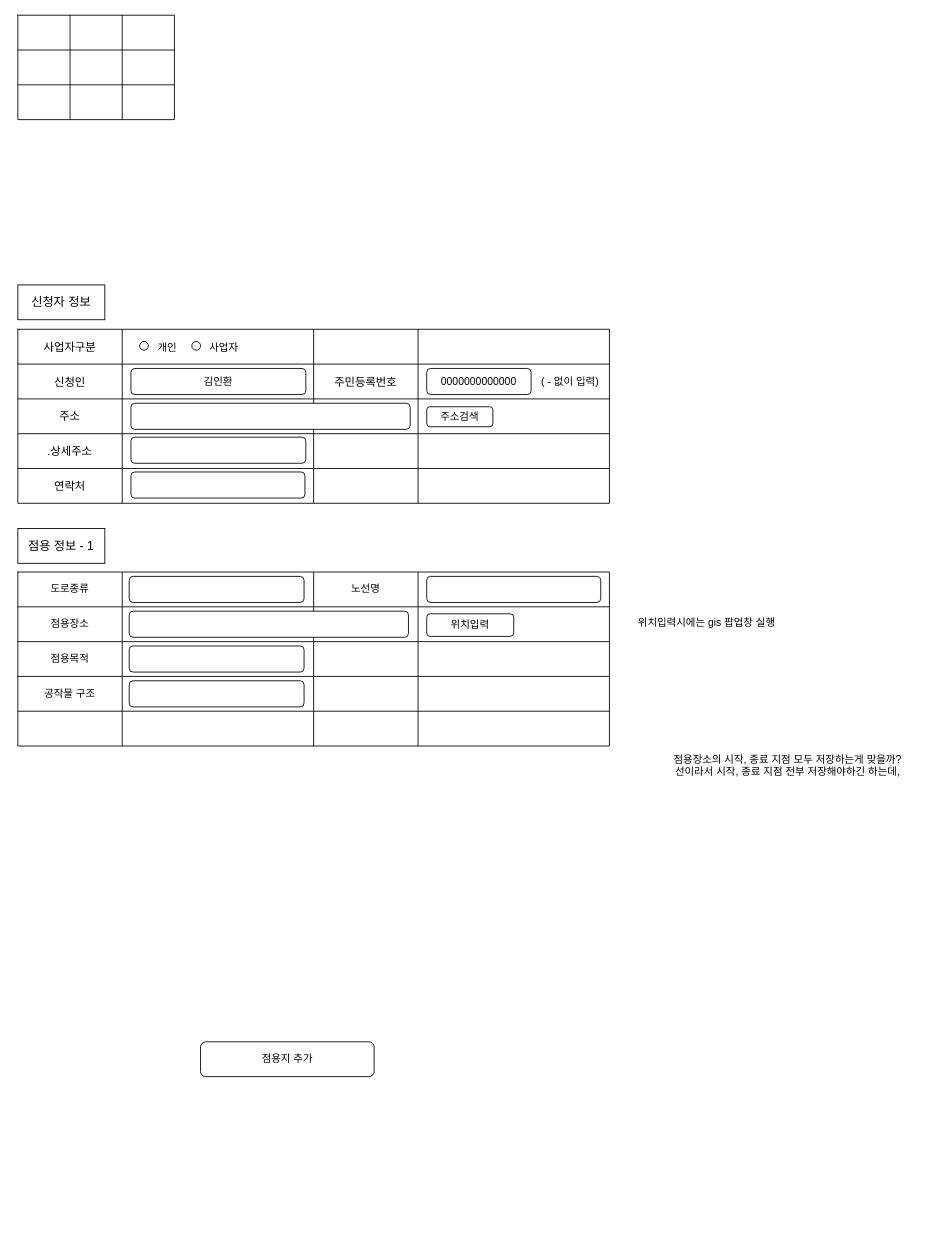
Above: space/도로점용리뉴얼.drawio in nadale28/drawio (draw.io), before the change. Source tidied: cells renumbered, new cells numbered last; positions are measured from the earlier drawing's top-left corner, leaving out a move shared by most shapes. Both pictures are drawn from the tidied source at 87%, with x=0, y=0 at pixel (17, 15).
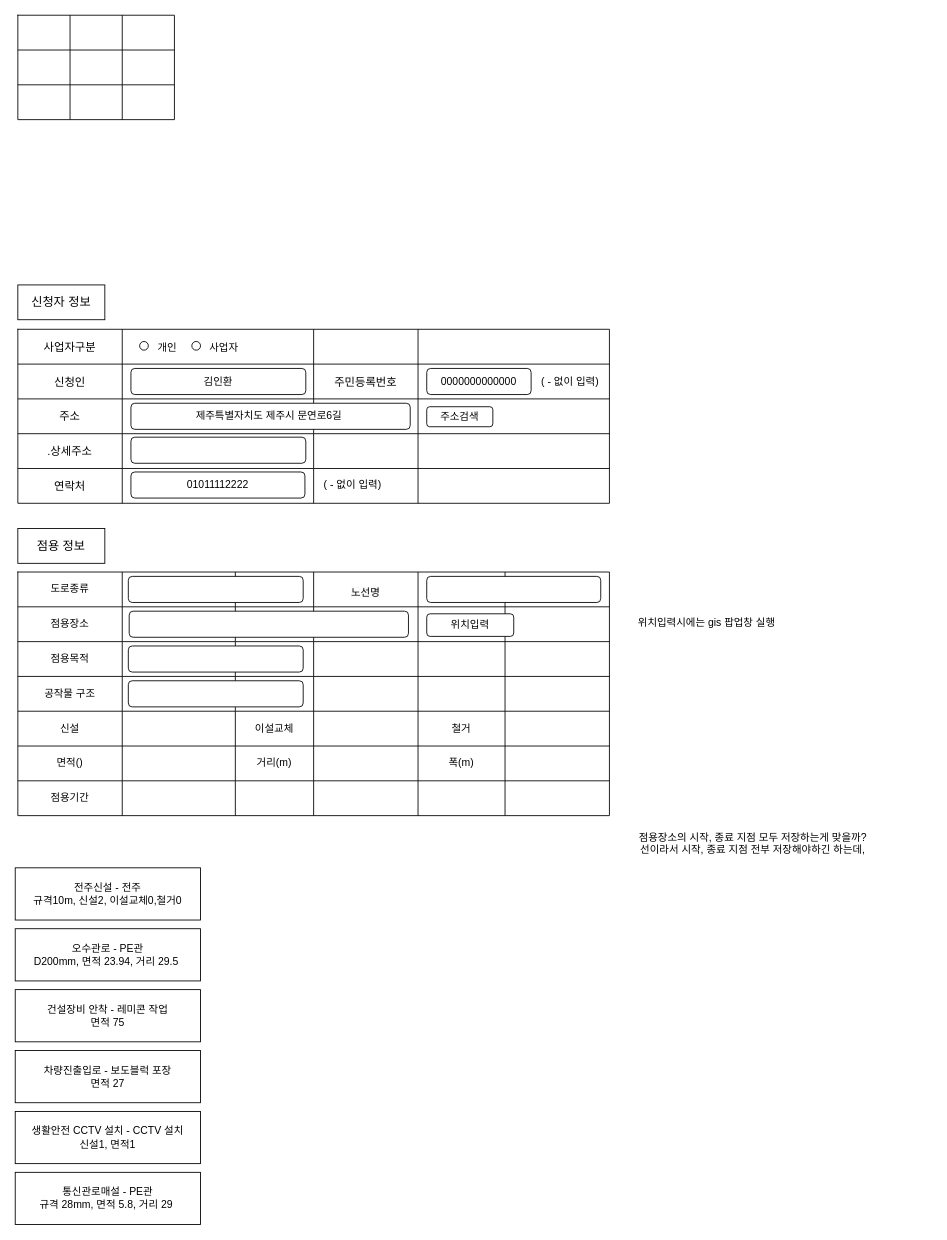
After the change.

Commit message:
도로점용리뉴얼.drawio 업데이트

The change refers to these unchanged cells:
```xml
<mxCell id="42" style="shape=tableRow;horizontal=0;startSize=0;swimlaneHead=0;swimlaneBody=0;strokeColor=inherit;top=0;left=0;bottom=0;right=0;fillColor=none;fontSize=16;" parent="41" vertex="1">
  <mxGeometry width="680" height="40" as="geometry" />
</mxCell>
<mxCell id="47" style="shape=tableRow;horizontal=0;startSize=0;swimlaneHead=0;swimlaneBody=0;strokeColor=inherit;top=0;left=0;bottom=0;right=0;fillColor=none;fontSize=16;" parent="41" vertex="1">
  <mxGeometry y="40" width="680" height="40" as="geometry" />
</mxCell>
<mxCell id="52" style="shape=tableRow;horizontal=0;startSize=0;swimlaneHead=0;swimlaneBody=0;strokeColor=inherit;top=0;left=0;bottom=0;right=0;fillColor=none;fontSize=16;" parent="41" vertex="1">
  <mxGeometry y="80" width="680" height="40" as="geometry" />
</mxCell>
<mxCell id="57" style="shape=tableRow;horizontal=0;startSize=0;swimlaneHead=0;swimlaneBody=0;strokeColor=inherit;top=0;left=0;bottom=0;right=0;fillColor=none;fontSize=16;" parent="41" vertex="1">
  <mxGeometry y="120" width="680" height="40" as="geometry" />
</mxCell>
<mxCell id="62" style="shape=tableRow;horizontal=0;startSize=0;swimlaneHead=0;swimlaneBody=0;strokeColor=inherit;top=0;left=0;bottom=0;right=0;fillColor=none;fontSize=16;" parent="41" vertex="1">
  <mxGeometry y="160" width="680" height="40" as="geometry" />
</mxCell>
```

What changed in the source:
```diff
@@
-    <mxCell id="30" value="&lt;div&gt;&lt;br&gt;&lt;/div&gt;" style="rounded=1;whiteSpace=wrap;html=1;" parent="1" vertex="1">
+    <mxCell id="30" value="01011112222" style="rounded=1;whiteSpace=wrap;html=1;" parent="1" vertex="1">
       <mxGeometry x="130" y="525" width="200" height="30" as="geometry" />
     </mxCell>
-    <mxCell id="31" value="&lt;div&gt;&lt;br&gt;&lt;/div&gt;" style="rounded=1;whiteSpace=wrap;html=1;" parent="1" vertex="1">
+    <mxCell id="31" value="제주특별자치도 제주시 문연로6길&amp;nbsp;" style="rounded=1;whiteSpace=wrap;html=1;" parent="1" vertex="1">
       <mxGeometry x="130" y="446" width="321" height="30" as="geometry" />
     </mxCell>
@@
-    <mxCell id="40" value="점용 정보 - 1" style="rounded=0;whiteSpace=wrap;html=1;fontSize=14;" parent="1" vertex="1">
+    <mxCell id="40" value="점용 정보" style="rounded=0;whiteSpace=wrap;html=1;fontSize=14;" parent="1" vertex="1">
       <mxGeometry y="590" width="100" height="40" as="geometry" />
     </mxCell>
     <mxCell id="41" style="shape=table;startSize=0;childLayout=tableLayout;fontSize=12;" parent="1" vertex="1">
-      <mxGeometry y="640" width="680" height="200" as="geometry" />
+      <mxGeometry y="640" width="680" height="280" as="geometry" />
     </mxCell>
@@
     <mxCell id="44" style="shape=partialRectangle;html=1;whiteSpace=wrap;strokeColor=inherit;overflow=hidden;fillColor=none;top=0;left=0;bottom=0;right=0;fontSize=12;" parent="42" vertex="1">
-      <mxGeometry x="120" width="220" height="40" as="geometry" />
+      <mxGeometry x="120" width="130" height="40" as="geometry" />
     </mxCell>
+    <mxCell id="89" style="shape=partialRectangle;html=1;whiteSpace=wrap;strokeColor=inherit;overflow=hidden;fillColor=none;top=0;left=0;bottom=0;right=0;fontSize=12;" parent="42" vertex="1">
+      <mxGeometry x="250" width="90" height="40" as="geometry" />
+    </mxCell>
+    <mxCell id="90" value="&#10;&lt;span style=&quot;color: rgb(0, 0, 0); font-family: Helvetica; font-size: 12px; font-style: normal; font-variant-ligatures: normal; font-variant-caps: normal; font-weight: 400; letter-spacing: normal; orphans: 2; text-align: center; text-indent: 0px; text-transform: none; widows: 2; word-spacing: 0px; -webkit-text-stroke-width: 0px; white-space: normal; background-color: rgb(251, 251, 251); text-decoration-thickness: initial; text-decoration-style: initial; text-decoration-color: initial; display: inline !important; float: none;&quot;&gt;노선명&lt;/span&gt;&#10;&#10;" style="shape=partialRectangle;html=1;whiteSpace=wrap;strokeColor=inherit;overflow=hidden;fillColor=none;top=0;left=0;bottom=0;right=0;fontSize=12;" parent="42" vertex="1">
+      <mxGeometry x="340" width="120" height="40" as="geometry" />
+    </mxCell>
-    <mxCell id="45" value="노선명" style="shape=partialRectangle;html=1;whiteSpace=wrap;strokeColor=inherit;overflow=hidden;fillColor=none;top=0;left=0;bottom=0;right=0;fontSize=12;" parent="42" vertex="1">
-      <mxGeometry x="340" width="120" height="40" as="geometry" />
+    <mxCell id="45" style="shape=partialRectangle;html=1;whiteSpace=wrap;strokeColor=inherit;overflow=hidden;fillColor=none;top=0;left=0;bottom=0;right=0;fontSize=12;" parent="42" vertex="1">
+      <mxGeometry x="460" width="100" height="40" as="geometry" />
     </mxCell>
     <mxCell id="46" style="shape=partialRectangle;html=1;whiteSpace=wrap;strokeColor=inherit;overflow=hidden;fillColor=none;top=0;left=0;bottom=0;right=0;fontSize=12;" parent="42" vertex="1">
-      <mxGeometry x="460" width="220" height="40" as="geometry" />
+      <mxGeometry x="560" width="120" height="40" as="geometry" />
     </mxCell>
@@
     <mxCell id="49" style="shape=partialRectangle;html=1;whiteSpace=wrap;strokeColor=inherit;overflow=hidden;fillColor=none;top=0;left=0;bottom=0;right=0;fontSize=12;" parent="47" vertex="1">
-      <mxGeometry x="120" width="220" height="40" as="geometry" />
+      <mxGeometry x="120" width="130" height="40" as="geometry" />
     </mxCell>
+    <mxCell id="91" style="shape=partialRectangle;html=1;whiteSpace=wrap;strokeColor=inherit;overflow=hidden;fillColor=none;top=0;left=0;bottom=0;right=0;fontSize=12;" parent="47" vertex="1">
+      <mxGeometry x="250" width="90" height="40" as="geometry" />
+    </mxCell>
+    <mxCell id="92" style="shape=partialRectangle;html=1;whiteSpace=wrap;strokeColor=inherit;overflow=hidden;fillColor=none;top=0;left=0;bottom=0;right=0;fontSize=12;" parent="47" vertex="1">
+      <mxGeometry x="340" width="120" height="40" as="geometry" />
+    </mxCell>
     <mxCell id="50" style="shape=partialRectangle;html=1;whiteSpace=wrap;strokeColor=inherit;overflow=hidden;fillColor=none;top=0;left=0;bottom=0;right=0;fontSize=12;" parent="47" vertex="1">
-      <mxGeometry x="340" width="120" height="40" as="geometry" />
+      <mxGeometry x="460" width="100" height="40" as="geometry" />
     </mxCell>
     <mxCell id="51" style="shape=partialRectangle;html=1;whiteSpace=wrap;strokeColor=inherit;overflow=hidden;fillColor=none;top=0;left=0;bottom=0;right=0;fontSize=12;" parent="47" vertex="1">
-      <mxGeometry x="460" width="220" height="40" as="geometry" />
+      <mxGeometry x="560" width="120" height="40" as="geometry" />
     </mxCell>
@@
     <mxCell id="54" style="shape=partialRectangle;html=1;whiteSpace=wrap;strokeColor=inherit;overflow=hidden;fillColor=none;top=0;left=0;bottom=0;right=0;fontSize=12;" parent="52" vertex="1">
-      <mxGeometry x="120" width="220" height="40" as="geometry" />
+      <mxGeometry x="120" width="130" height="40" as="geometry" />
     </mxCell>
+    <mxCell id="93" style="shape=partialRectangle;html=1;whiteSpace=wrap;strokeColor=inherit;overflow=hidden;fillColor=none;top=0;left=0;bottom=0;right=0;fontSize=12;" parent="52" vertex="1">
+      <mxGeometry x="250" width="90" height="40" as="geometry" />
+    </mxCell>
+    <mxCell id="94" style="shape=partialRectangle;html=1;whiteSpace=wrap;strokeColor=inherit;overflow=hidden;fillColor=none;top=0;left=0;bottom=0;right=0;fontSize=12;" parent="52" vertex="1">
+      <mxGeometry x="340" width="120" height="40" as="geometry" />
+    </mxCell>
     <mxCell id="55" style="shape=partialRectangle;html=1;whiteSpace=wrap;strokeColor=inherit;overflow=hidden;fillColor=none;top=0;left=0;bottom=0;right=0;fontSize=12;" parent="52" vertex="1">
-      <mxGeometry x="340" width="120" height="40" as="geometry" />
+      <mxGeometry x="460" width="100" height="40" as="geometry" />
     </mxCell>
     <mxCell id="56" style="shape=partialRectangle;html=1;whiteSpace=wrap;strokeColor=inherit;overflow=hidden;fillColor=none;top=0;left=0;bottom=0;right=0;fontSize=12;" parent="52" vertex="1">
-      <mxGeometry x="460" width="220" height="40" as="geometry" />
+      <mxGeometry x="560" width="120" height="40" as="geometry" />
     </mxCell>
@@
     <mxCell id="59" style="shape=partialRectangle;html=1;whiteSpace=wrap;strokeColor=inherit;overflow=hidden;fillColor=none;top=0;left=0;bottom=0;right=0;fontSize=12;" parent="57" vertex="1">
-      <mxGeometry x="120" width="220" height="40" as="geometry" />
+      <mxGeometry x="120" width="130" height="40" as="geometry" />
     </mxCell>
+    <mxCell id="95" style="shape=partialRectangle;html=1;whiteSpace=wrap;strokeColor=inherit;overflow=hidden;fillColor=none;top=0;left=0;bottom=0;right=0;fontSize=12;" parent="57" vertex="1">
+      <mxGeometry x="250" width="90" height="40" as="geometry" />
+    </mxCell>
+    <mxCell id="96" style="shape=partialRectangle;html=1;whiteSpace=wrap;strokeColor=inherit;overflow=hidden;fillColor=none;top=0;left=0;bottom=0;right=0;fontSize=12;" parent="57" vertex="1">
+      <mxGeometry x="340" width="120" height="40" as="geometry" />
+    </mxCell>
     <mxCell id="60" style="shape=partialRectangle;html=1;whiteSpace=wrap;strokeColor=inherit;overflow=hidden;fillColor=none;top=0;left=0;bottom=0;right=0;fontSize=12;" parent="57" vertex="1">
-      <mxGeometry x="340" width="120" height="40" as="geometry" />
+      <mxGeometry x="460" width="100" height="40" as="geometry" />
     </mxCell>
     <mxCell id="61" style="shape=partialRectangle;html=1;whiteSpace=wrap;strokeColor=inherit;overflow=hidden;fillColor=none;top=0;left=0;bottom=0;right=0;fontSize=12;" parent="57" vertex="1">
-      <mxGeometry x="460" width="220" height="40" as="geometry" />
+      <mxGeometry x="560" width="120" height="40" as="geometry" />
     </mxCell>
@@
-    <mxCell id="63" style="shape=partialRectangle;html=1;whiteSpace=wrap;strokeColor=inherit;overflow=hidden;fillColor=none;top=0;left=0;bottom=0;right=0;fontSize=12;" parent="62" vertex="1">
+    <mxCell id="63" value="신설" style="shape=partialRectangle;html=1;whiteSpace=wrap;strokeColor=inherit;overflow=hidden;fillColor=none;top=0;left=0;bottom=0;right=0;fontSize=12;" parent="62" vertex="1">
       <mxGeometry width="120" height="40" as="geometry" />
     </mxCell>
     <mxCell id="64" style="shape=partialRectangle;html=1;whiteSpace=wrap;strokeColor=inherit;overflow=hidden;fillColor=none;top=0;left=0;bottom=0;right=0;fontSize=12;" parent="62" vertex="1">
-      <mxGeometry x="120" width="220" height="40" as="geometry" />
+      <mxGeometry x="120" width="130" height="40" as="geometry" />
     </mxCell>
+    <mxCell id="97" value="이설교체" style="shape=partialRectangle;html=1;whiteSpace=wrap;strokeColor=inherit;overflow=hidden;fillColor=none;top=0;left=0;bottom=0;right=0;fontSize=12;" parent="62" vertex="1">
+      <mxGeometry x="250" width="90" height="40" as="geometry" />
+    </mxCell>
+    <mxCell id="98" style="shape=partialRectangle;html=1;whiteSpace=wrap;strokeColor=inherit;overflow=hidden;fillColor=none;top=0;left=0;bottom=0;right=0;fontSize=12;" parent="62" vertex="1">
+      <mxGeometry x="340" width="120" height="40" as="geometry" />
+    </mxCell>
-    <mxCell id="65" style="shape=partialRectangle;html=1;whiteSpace=wrap;strokeColor=inherit;overflow=hidden;fillColor=none;top=0;left=0;bottom=0;right=0;fontSize=12;" parent="62" vertex="1">
-      <mxGeometry x="340" width="120" height="40" as="geometry" />
+    <mxCell id="65" value="철거" style="shape=partialRectangle;html=1;whiteSpace=wrap;strokeColor=inherit;overflow=hidden;fillColor=none;top=0;left=0;bottom=0;right=0;fontSize=12;" parent="62" vertex="1">
+      <mxGeometry x="460" width="100" height="40" as="geometry" />
     </mxCell>
     <mxCell id="66" style="shape=partialRectangle;html=1;whiteSpace=wrap;strokeColor=inherit;overflow=hidden;fillColor=none;top=0;left=0;bottom=0;right=0;fontSize=12;" parent="62" vertex="1">
-      <mxGeometry x="460" width="220" height="40" as="geometry" />
+      <mxGeometry x="560" width="120" height="40" as="geometry" />
     </mxCell>
+    <mxCell id="99" style="shape=tableRow;horizontal=0;startSize=0;swimlaneHead=0;swimlaneBody=0;strokeColor=inherit;top=0;left=0;bottom=0;right=0;fillColor=none;fontSize=16;" parent="41" vertex="1">
+      <mxGeometry y="200" width="680" height="40" as="geometry" />
+    </mxCell>
+    <mxCell id="100" value="면적()" style="shape=partialRectangle;html=1;whiteSpace=wrap;strokeColor=inherit;overflow=hidden;fillColor=none;top=0;left=0;bottom=0;right=0;fontSize=12;" parent="99" vertex="1">
+      <mxGeometry width="120" height="40" as="geometry" />
+    </mxCell>
+    <mxCell id="101" style="shape=partialRectangle;html=1;whiteSpace=wrap;strokeColor=inherit;overflow=hidden;fillColor=none;top=0;left=0;bottom=0;right=0;fontSize=12;" parent="99" vertex="1">
+      <mxGeometry x="120" width="130" height="40" as="geometry" />
+    </mxCell>
+    <mxCell id="102" value="거리(m)" style="shape=partialRectangle;html=1;whiteSpace=wrap;strokeColor=inherit;overflow=hidden;fillColor=none;top=0;left=0;bottom=0;right=0;fontSize=12;" parent="99" vertex="1">
+      <mxGeometry x="250" width="90" height="40" as="geometry" />
+    </mxCell>
+    <mxCell id="103" style="shape=partialRectangle;html=1;whiteSpace=wrap;strokeColor=inherit;overflow=hidden;fillColor=none;top=0;left=0;bottom=0;right=0;fontSize=12;" parent="99" vertex="1">
+      <mxGeometry x="340" width="120" height="40" as="geometry" />
+    </mxCell>
+    <mxCell id="104" value="폭(m)" style="shape=partialRectangle;html=1;whiteSpace=wrap;strokeColor=inherit;overflow=hidden;fillColor=none;top=0;left=0;bottom=0;right=0;fontSize=12;" parent="99" vertex="1">
+      <mxGeometry x="460" width="100" height="40" as="geometry" />
+    </mxCell>
+    <mxCell id="105" style="shape=partialRectangle;html=1;whiteSpace=wrap;strokeColor=inherit;overflow=hidden;fillColor=none;top=0;left=0;bottom=0;right=0;fontSize=12;" parent="99" vertex="1">
+      <mxGeometry x="560" width="120" height="40" as="geometry" />
+    </mxCell>
+    <mxCell id="106" style="shape=tableRow;horizontal=0;startSize=0;swimlaneHead=0;swimlaneBody=0;strokeColor=inherit;top=0;left=0;bottom=0;right=0;fillColor=none;fontSize=16;" parent="41" vertex="1">
+      <mxGeometry y="240" width="680" height="40" as="geometry" />
+    </mxCell>
+    <mxCell id="107" value="점용기간" style="shape=partialRectangle;html=1;whiteSpace=wrap;strokeColor=inherit;overflow=hidden;fillColor=none;top=0;left=0;bottom=0;right=0;fontSize=12;" parent="106" vertex="1">
+      <mxGeometry width="120" height="40" as="geometry" />
+    </mxCell>
+    <mxCell id="108" style="shape=partialRectangle;html=1;whiteSpace=wrap;strokeColor=inherit;overflow=hidden;fillColor=none;top=0;left=0;bottom=0;right=0;fontSize=12;" parent="106" vertex="1">
+      <mxGeometry x="120" width="130" height="40" as="geometry" />
+    </mxCell>
+    <mxCell id="109" style="shape=partialRectangle;html=1;whiteSpace=wrap;strokeColor=inherit;overflow=hidden;fillColor=none;top=0;left=0;bottom=0;right=0;fontSize=12;" parent="106" vertex="1">
+      <mxGeometry x="250" width="90" height="40" as="geometry" />
+    </mxCell>
+    <mxCell id="110" style="shape=partialRectangle;html=1;whiteSpace=wrap;strokeColor=inherit;overflow=hidden;fillColor=none;top=0;left=0;bottom=0;right=0;fontSize=12;" parent="106" vertex="1">
+      <mxGeometry x="340" width="120" height="40" as="geometry" />
+    </mxCell>
+    <mxCell id="111" style="shape=partialRectangle;html=1;whiteSpace=wrap;strokeColor=inherit;overflow=hidden;fillColor=none;top=0;left=0;bottom=0;right=0;fontSize=12;" parent="106" vertex="1">
+      <mxGeometry x="460" width="100" height="40" as="geometry" />
+    </mxCell>
+    <mxCell id="112" style="shape=partialRectangle;html=1;whiteSpace=wrap;strokeColor=inherit;overflow=hidden;fillColor=none;top=0;left=0;bottom=0;right=0;fontSize=12;" parent="106" vertex="1">
+      <mxGeometry x="560" width="120" height="40" as="geometry" />
+    </mxCell>
     <mxCell id="67" value="&lt;div&gt;&lt;br&gt;&lt;/div&gt;" style="rounded=1;whiteSpace=wrap;html=1;" parent="1" vertex="1">
-      <mxGeometry x="128" y="645" width="201" height="30" as="geometry" />
+      <mxGeometry x="127" y="645" width="201" height="30" as="geometry" />
     </mxCell>
@@
-    <mxCell id="69" value="점용지 추가" style="rounded=1;whiteSpace=wrap;html=1;" parent="1" vertex="1">
-      <mxGeometry x="210" y="1180" width="199.5" height="40" as="geometry" />
-    </mxCell>
@@
     <mxCell id="71" value="&lt;div&gt;&lt;br&gt;&lt;/div&gt;" style="rounded=1;whiteSpace=wrap;html=1;" parent="1" vertex="1">
-      <mxGeometry x="128" y="725" width="201" height="30" as="geometry" />
+      <mxGeometry x="127" y="725" width="201" height="30" as="geometry" />
     </mxCell>
@@
     <mxCell id="73" value="점용장소의 시작, 종료 지점 모두 저장하는게 맞을까?&lt;div&gt;선이라서 시작, 종료 지점 전부 저장해야하긴 하는데,&lt;/div&gt;&lt;div&gt;&lt;br&gt;&lt;/div&gt;" style="text;html=1;align=center;verticalAlign=middle;whiteSpace=wrap;rounded=0;" parent="1" vertex="1">
-      <mxGeometry x="720" y="830" width="330" height="80" as="geometry" />
+      <mxGeometry x="680" y="920" width="330" height="80" as="geometry" />
     </mxCell>
@@
     <mxCell id="87" value="&lt;div&gt;&lt;br&gt;&lt;/div&gt;" style="rounded=1;whiteSpace=wrap;html=1;" parent="1" vertex="1">
-      <mxGeometry x="128" y="765" width="201" height="30" as="geometry" />
+      <mxGeometry x="127" y="765" width="201" height="30" as="geometry" />
     </mxCell>
@@
+    <mxCell id="113" value="( - 없이 입력)" style="text;html=1;align=center;verticalAlign=middle;whiteSpace=wrap;rounded=0;" parent="1" vertex="1">
+      <mxGeometry x="340" y="525" width="90" height="30" as="geometry" />
+    </mxCell>
+    <mxCell id="114" value="전주신설 - 전주&lt;div&gt;규격10m, 신설2, 이설교체0,철거0&lt;/div&gt;" style="rounded=0;whiteSpace=wrap;html=1;" parent="1" vertex="1">
+      <mxGeometry x="-3" y="980" width="213" height="60" as="geometry" />
+    </mxCell>
+    <mxCell id="115" value="오수관로 - PE관&lt;div&gt;D200mm, 면적 23.94, 거리 29.5&amp;nbsp;&lt;/div&gt;" style="rounded=0;whiteSpace=wrap;html=1;" parent="1" vertex="1">
+      <mxGeometry x="-3" y="1050" width="213" height="60" as="geometry" />
+    </mxCell>
+    <mxCell id="116" value="건설장비 안착 - 레미콘 작업&lt;div&gt;면적 75&lt;/div&gt;" style="rounded=0;whiteSpace=wrap;html=1;" parent="1" vertex="1">
+      <mxGeometry x="-3" y="1120" width="213" height="60" as="geometry" />
+    </mxCell>
+    <mxCell id="117" value="&lt;div&gt;차량진출입로 - 보도블럭 포장&lt;/div&gt;&lt;div&gt;면적 27&lt;/div&gt;" style="rounded=0;whiteSpace=wrap;html=1;" parent="1" vertex="1">
+      <mxGeometry x="-3" y="1190" width="213" height="60" as="geometry" />
+    </mxCell>
+    <mxCell id="118" value="&lt;div&gt;생활안전 CCTV 설치 - CCTV 설치&lt;/div&gt;&lt;div&gt;신설1, 면적1&lt;/div&gt;" style="rounded=0;whiteSpace=wrap;html=1;" parent="1" vertex="1">
+      <mxGeometry x="-3" y="1260" width="213" height="60" as="geometry" />
+    </mxCell>
+    <mxCell id="119" value="&lt;div&gt;통신관로매설 - PE관&lt;/div&gt;&lt;div&gt;&lt;span style=&quot;background-color: transparent; color: light-dark(rgb(0, 0, 0), rgb(255, 255, 255));&quot;&gt;규격 28mm, 면적 5.8, 거리 29&amp;nbsp;&lt;/span&gt;&lt;/div&gt;" style="rounded=0;whiteSpace=wrap;html=1;" parent="1" vertex="1">
+      <mxGeometry x="-3" y="1330" width="213" height="60" as="geometry" />
+    </mxCell>
```
